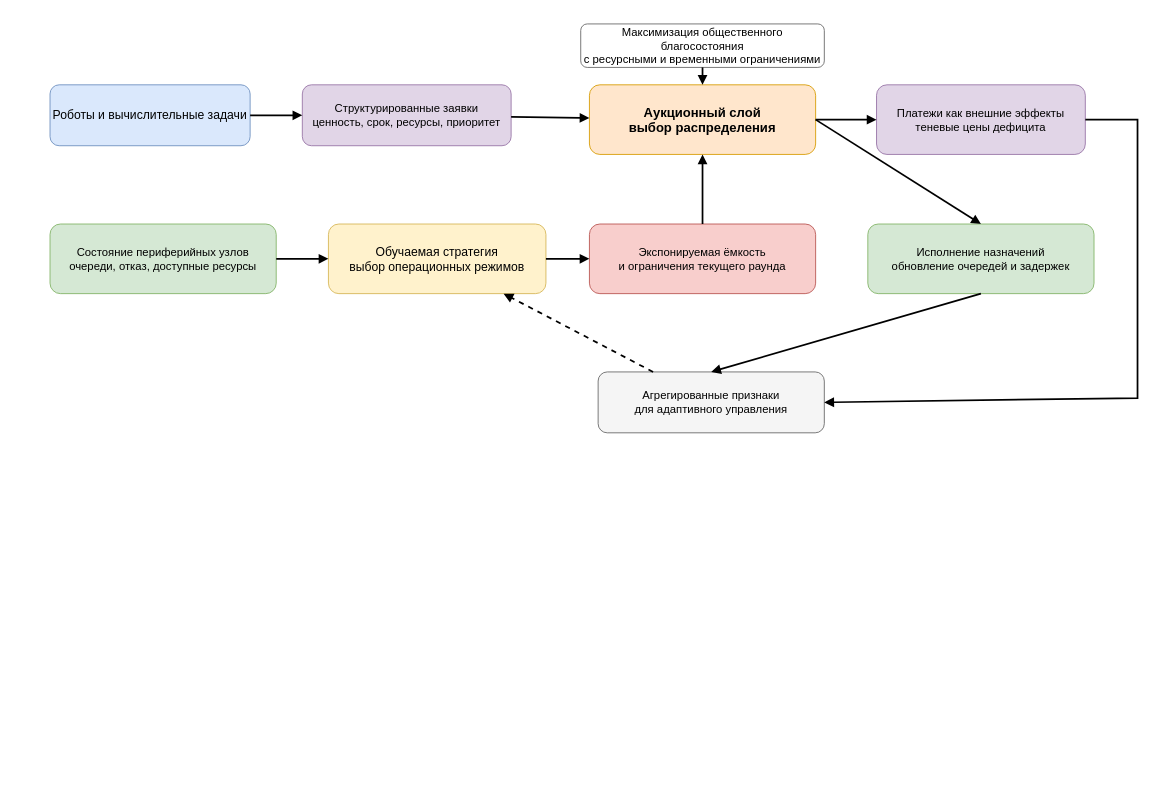
The draw.io diagram Dissertation/images/drawio/ch3_auction_layer.drawio in Dima12101/SPbU-Phd-LaTeX-Dissertation, before the edit. Source tidied: cells renumbered, new cells numbered last; positions are measured from the earlier drawing's top-left corner, leaving out a move shared by most shapes. Both pictures are drawn from the tidied source at 87%, with x=0, y=0 at pixel (50, 23).
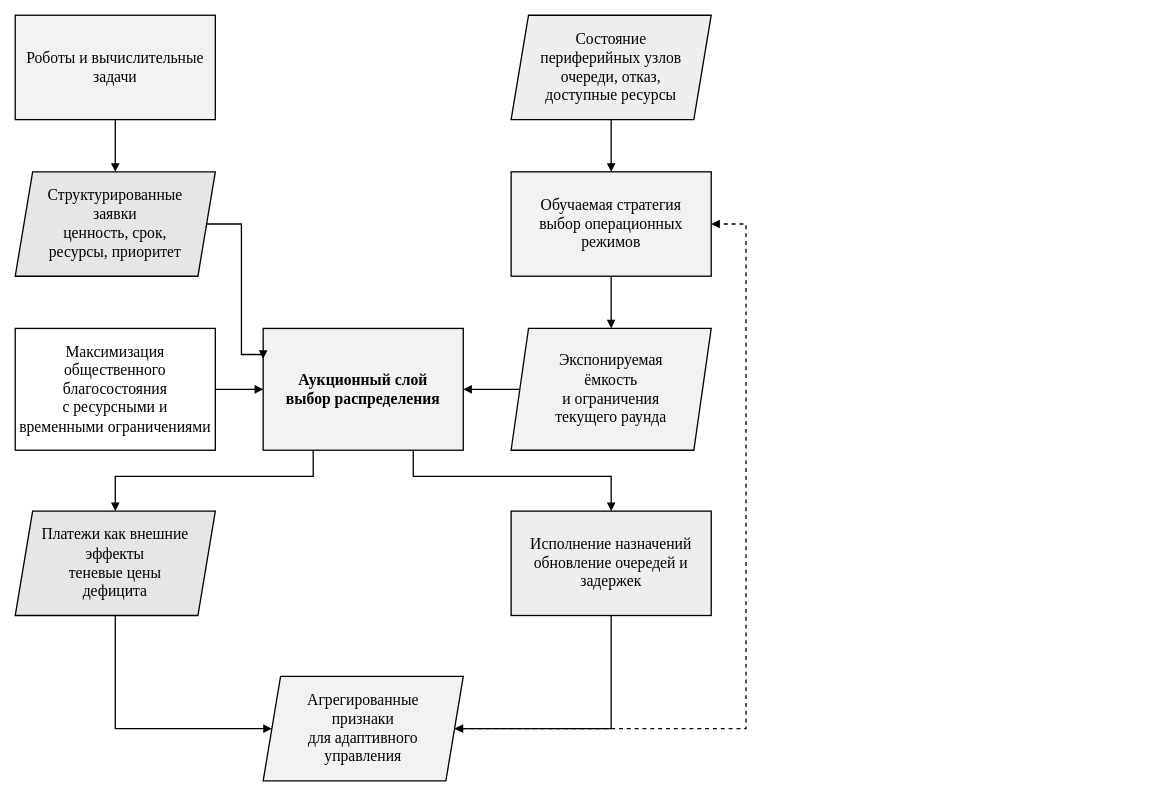
After the change.

What changed in the source:
```diff
@@
-<mxGraphModel>
+<mxGraphModel background="#ffffff">
@@
-    <mxCell id="2" value="Роботы и вычислительные задачи" style="rounded=1;whiteSpace=wrap;html=1;fillColor=#dae8fc;strokeColor=#6c8ebf;fontSize=14;" parent="1" vertex="1">
-      <mxGeometry y="70" width="230" height="70" as="geometry" />
+    <mxCell id="2" value="Роботы и вычислительные задачи" style="rounded=0;whiteSpace=wrap;html=1;fillColor=#f2f2f2;strokeColor=#000000;fontSize=18;fontColor=#000000;fontFamily=Times New Roman;shadow=0;gradientColor=none;glass=0;strokeWidth=1.5;spacing=6;" parent="1" vertex="1">
+      <mxGeometry x="-40" y="-10" width="230" height="120" as="geometry" />
     </mxCell>
-    <mxCell id="3" value="Структурированные заявки&lt;br&gt;ценность, срок, ресурсы, приоритет" style="rounded=1;whiteSpace=wrap;html=1;fillColor=#e1d5e7;strokeColor=#9673a6;fontSize=13;" parent="1" vertex="1">
-      <mxGeometry x="290" y="70" width="240" height="70" as="geometry" />
+    <mxCell id="3" value="Структурированные заявки&lt;br&gt;ценность, срок, ресурсы, приоритет" style="rounded=0;whiteSpace=wrap;html=1;fillColor=#e6e6e6;strokeColor=#000000;fontSize=18;fontColor=#000000;fontFamily=Times New Roman;shadow=0;gradientColor=none;glass=0;strokeWidth=1.5;spacing=6;shape=parallelogram;perimeter=parallelogramPerimeter;fixedSize=1;spacingLeft=24;spacingRight=24;" parent="1" vertex="1">
+      <mxGeometry x="-40" y="170" width="230" height="120" as="geometry" />
     </mxCell>
-    <mxCell id="4" value="Состояние периферийных узлов&lt;br&gt;очереди, отказ, доступные ресурсы" style="rounded=1;whiteSpace=wrap;html=1;fillColor=#d5e8d4;strokeColor=#82b366;fontSize=13;" parent="1" vertex="1">
-      <mxGeometry y="230" width="260" height="80" as="geometry" />
+    <mxCell id="4" value="Состояние периферийных узлов&lt;br&gt;очереди, отказ, доступные ресурсы" style="rounded=0;whiteSpace=wrap;html=1;fillColor=#eeeeee;strokeColor=#000000;fontSize=18;fontColor=#000000;fontFamily=Times New Roman;shadow=0;gradientColor=none;glass=0;strokeWidth=1.5;spacing=6;shape=parallelogram;perimeter=parallelogramPerimeter;fixedSize=1;spacingLeft=24;spacingRight=24;" parent="1" vertex="1">
+      <mxGeometry x="530" y="-10" width="230" height="120" as="geometry" />
     </mxCell>
-    <mxCell id="5" value="Обучаемая стратегия&lt;br&gt;выбор операционных режимов" style="rounded=1;whiteSpace=wrap;html=1;fillColor=#fff2cc;strokeColor=#d6b656;fontSize=14;" parent="1" vertex="1">
-      <mxGeometry x="320" y="230" width="250" height="80" as="geometry" />
+    <mxCell id="5" value="Обучаемая стратегия&lt;br&gt;выбор операционных режимов" style="rounded=0;whiteSpace=wrap;html=1;fillColor=#f2f2f2;strokeColor=#000000;fontSize=18;fontColor=#000000;fontFamily=Times New Roman;shadow=0;gradientColor=none;glass=0;strokeWidth=1.5;spacing=6;" parent="1" vertex="1">
+      <mxGeometry x="530" y="170" width="230" height="120" as="geometry" />
     </mxCell>
-    <mxCell id="6" value="Экспонируемая ёмкость&lt;br&gt;и ограничения текущего раунда" style="rounded=1;whiteSpace=wrap;html=1;fillColor=#f8cecc;strokeColor=#b85450;fontSize=13;" parent="1" vertex="1">
-      <mxGeometry x="620" y="230" width="260" height="80" as="geometry" />
+    <mxCell id="6" value="Экспонируемая ёмкость&lt;br&gt;и ограничения текущего раунда" style="rounded=0;whiteSpace=wrap;html=1;fillColor=#f2f2f2;strokeColor=#000000;fontSize=18;fontColor=#000000;fontFamily=Times New Roman;shadow=0;gradientColor=none;glass=0;strokeWidth=1.5;spacing=6;shape=parallelogram;perimeter=parallelogramPerimeter;fixedSize=1;spacingLeft=24;spacingRight=24;" parent="1" vertex="1">
+      <mxGeometry x="530" y="350" width="230" height="140" as="geometry" />
     </mxCell>
-    <mxCell id="7" value="Аукционный слой&lt;br&gt;выбор распределения" style="rounded=1;whiteSpace=wrap;html=1;fillColor=#ffe6cc;strokeColor=#d79b00;fontSize=15;fontStyle=1;" parent="1" vertex="1">
-      <mxGeometry x="620" y="70" width="260" height="80" as="geometry" />
+    <mxCell id="7" value="Аукционный слой&lt;br&gt;выбор распределения" style="rounded=0;whiteSpace=wrap;html=1;fillColor=#f2f2f2;strokeColor=#000000;fontSize=18;fontStyle=1;fontColor=#000000;fontFamily=Times New Roman;shadow=0;gradientColor=none;glass=0;strokeWidth=1.5;spacing=6;" parent="1" vertex="1">
+      <mxGeometry x="245" y="350" width="230" height="140" as="geometry" />
     </mxCell>
-    <mxCell id="8" value="Максимизация общественного благосостояния&lt;br&gt;с ресурсными и временными ограничениями" style="rounded=1;whiteSpace=wrap;html=1;fillColor=#ffffff;strokeColor=#666666;fontSize=13;" parent="1" vertex="1">
-      <mxGeometry x="610" width="280" height="50" as="geometry" />
+    <mxCell id="8" value="Максимизация общественного благосостояния&lt;br&gt;с ресурсными и временными ограничениями" style="rounded=0;whiteSpace=wrap;html=1;fillColor=#ffffff;strokeColor=#000000;fontSize=18;fontColor=#000000;fontFamily=Times New Roman;shadow=0;gradientColor=none;glass=0;strokeWidth=1.5;spacing=6;" parent="1" vertex="1">
+      <mxGeometry x="-40" y="350" width="230" height="140" as="geometry" />
     </mxCell>
-    <mxCell id="9" value="Платежи как внешние эффекты&lt;br&gt;теневые цены дефицита" style="rounded=1;whiteSpace=wrap;html=1;fillColor=#e1d5e7;strokeColor=#9673a6;fontSize=13;" parent="1" vertex="1">
-      <mxGeometry x="950" y="70" width="240" height="80" as="geometry" />
+    <mxCell id="9" value="Платежи как внешние эффекты&lt;br&gt;теневые цены дефицита" style="rounded=0;whiteSpace=wrap;html=1;fillColor=#e6e6e6;strokeColor=#000000;fontSize=18;fontColor=#000000;fontFamily=Times New Roman;shadow=0;gradientColor=none;glass=0;strokeWidth=1.5;spacing=6;shape=parallelogram;perimeter=parallelogramPerimeter;fixedSize=1;spacingLeft=24;spacingRight=24;" parent="1" vertex="1">
+      <mxGeometry x="-40" y="560" width="230" height="120" as="geometry" />
     </mxCell>
-    <mxCell id="10" value="Исполнение назначений&lt;br&gt;обновление очередей и задержек" style="rounded=1;whiteSpace=wrap;html=1;fillColor=#d5e8d4;strokeColor=#82b366;fontSize=13;" parent="1" vertex="1">
-      <mxGeometry x="940" y="230" width="260" height="80" as="geometry" />
+    <mxCell id="10" value="Исполнение назначений&lt;br&gt;обновление очередей и задержек" style="rounded=0;whiteSpace=wrap;html=1;fillColor=#eeeeee;strokeColor=#000000;fontSize=18;fontColor=#000000;fontFamily=Times New Roman;shadow=0;gradientColor=none;glass=0;strokeWidth=1.5;spacing=6;" parent="1" vertex="1">
+      <mxGeometry x="530" y="560" width="230" height="120" as="geometry" />
     </mxCell>
-    <mxCell id="11" value="Агрегированные признаки&lt;br&gt;для адаптивного управления" style="rounded=1;whiteSpace=wrap;html=1;fillColor=#f5f5f5;strokeColor=#666666;fontSize=13;" parent="1" vertex="1">
-      <mxGeometry x="630" y="400" width="260" height="70" as="geometry" />
+    <mxCell id="11" value="Агрегированные признаки&lt;br&gt;для адаптивного управления" style="rounded=0;whiteSpace=wrap;html=1;fillColor=#f2f2f2;strokeColor=#000000;fontSize=18;fontColor=#000000;fontFamily=Times New Roman;shadow=0;gradientColor=none;glass=0;strokeWidth=1.5;spacing=6;shape=parallelogram;perimeter=parallelogramPerimeter;fixedSize=1;spacingLeft=24;spacingRight=24;" parent="1" vertex="1">
+      <mxGeometry x="245" y="750" width="230" height="120" as="geometry" />
     </mxCell>
-    <mxCell id="12" style="endArrow=block;html=1;rounded=0;strokeWidth=2;" parent="1" edge="1" source="2" target="3">
+    <mxCell id="12" style="endArrow=block;html=1;rounded=0;strokeWidth=1.5;strokeColor=#000000;fontColor=#000000;fontFamily=Times New Roman;fontSize=16;labelBackgroundColor=#ffffff;shadow=0;edgeStyle=orthogonalEdgeStyle;jettySize=20;endFill=1;startArrow=none;exitX=0.5;exitY=1;entryX=0.5;entryY=0;" parent="1" edge="1" source="2" target="3">
       <mxGeometry relative="1" as="geometry" />
     </mxCell>
-    <mxCell id="13" style="endArrow=block;html=1;rounded=0;strokeWidth=2;" parent="1" edge="1" source="3" target="7">
-      <mxGeometry relative="1" as="geometry" />
+    <mxCell id="13" style="endArrow=block;html=1;rounded=0;strokeWidth=1.5;strokeColor=#000000;fontColor=#000000;fontFamily=Times New Roman;fontSize=16;labelBackgroundColor=#ffffff;shadow=0;edgeStyle=orthogonalEdgeStyle;jettySize=20;endFill=1;startArrow=none;exitX=1;exitY=0.5;entryX=0;entryY=0.25;" parent="1" edge="1" source="3" target="7">
+      <mxGeometry relative="1" as="geometry">
+        <Array as="points">
+          <mxPoint x="220" y="230" />
+          <mxPoint x="220" y="380" />
+        </Array>
+      </mxGeometry>
     </mxCell>
-    <mxCell id="14" style="endArrow=block;html=1;rounded=0;strokeWidth=2;" parent="1" edge="1" source="4" target="5">
+    <mxCell id="14" style="endArrow=block;html=1;rounded=0;strokeWidth=1.5;strokeColor=#000000;fontColor=#000000;fontFamily=Times New Roman;fontSize=16;labelBackgroundColor=#ffffff;shadow=0;edgeStyle=orthogonalEdgeStyle;jettySize=20;endFill=1;startArrow=none;exitX=0.5;exitY=1;entryX=0.5;entryY=0;" parent="1" edge="1" source="4" target="5">
       <mxGeometry relative="1" as="geometry" />
     </mxCell>
-    <mxCell id="15" style="endArrow=block;html=1;rounded=0;strokeWidth=2;" parent="1" edge="1" source="5" target="6">
+    <mxCell id="15" style="endArrow=block;html=1;rounded=0;strokeWidth=1.5;strokeColor=#000000;fontColor=#000000;fontFamily=Times New Roman;fontSize=16;labelBackgroundColor=#ffffff;shadow=0;edgeStyle=orthogonalEdgeStyle;jettySize=20;endFill=1;startArrow=none;exitX=0.5;exitY=1;entryX=0.5;entryY=0;" parent="1" edge="1" source="5" target="6">
       <mxGeometry relative="1" as="geometry" />
     </mxCell>
-    <mxCell id="16" style="endArrow=block;html=1;rounded=0;strokeWidth=2;" parent="1" edge="1" source="6" target="7">
+    <mxCell id="16" style="endArrow=block;html=1;rounded=0;strokeWidth=1.5;strokeColor=#000000;fontColor=#000000;fontFamily=Times New Roman;fontSize=16;labelBackgroundColor=#ffffff;shadow=0;edgeStyle=orthogonalEdgeStyle;jettySize=20;endFill=1;startArrow=none;exitX=0;exitY=0.5;entryX=1;entryY=0.5;" parent="1" edge="1" source="6" target="7">
       <mxGeometry relative="1" as="geometry" />
     </mxCell>
-    <mxCell id="17" style="endArrow=block;html=1;rounded=0;strokeWidth=2;" parent="1" edge="1" source="8" target="7">
+    <mxCell id="17" style="endArrow=block;html=1;rounded=0;strokeWidth=1.5;strokeColor=#000000;fontColor=#000000;fontFamily=Times New Roman;fontSize=16;labelBackgroundColor=#ffffff;shadow=0;edgeStyle=orthogonalEdgeStyle;jettySize=20;endFill=1;startArrow=none;exitX=1;exitY=0.5;entryX=0;entryY=0.5;" parent="1" edge="1" source="8" target="7">
       <mxGeometry relative="1" as="geometry" />
     </mxCell>
-    <mxCell id="18" style="endArrow=block;html=1;rounded=0;strokeWidth=2;" parent="1" edge="1" source="7" target="9">
-      <mxGeometry relative="1" as="geometry" />
+    <mxCell id="18" style="endArrow=block;html=1;rounded=0;strokeWidth=1.5;strokeColor=#000000;fontColor=#000000;fontFamily=Times New Roman;fontSize=16;labelBackgroundColor=#ffffff;shadow=0;edgeStyle=orthogonalEdgeStyle;jettySize=20;endFill=1;startArrow=none;exitX=0.25;exitY=1;entryX=0.5;entryY=0;" parent="1" edge="1" source="7" target="9">
+      <mxGeometry relative="1" as="geometry">
+        <Array as="points">
+          <mxPoint x="75" y="520" />
+        </Array>
+      </mxGeometry>
     </mxCell>
-    <mxCell id="19" style="endArrow=block;html=1;rounded=0;strokeWidth=2;entryX=0.5;entryY=0;entryDx=0;entryDy=0;exitX=1;exitY=0.5;exitDx=0;exitDy=0;" parent="1" edge="1" source="7" target="10">
-      <mxGeometry relative="1" as="geometry" />
+    <mxCell id="19" style="endArrow=block;html=1;rounded=0;strokeWidth=1.5;strokeColor=#000000;fontColor=#000000;fontFamily=Times New Roman;fontSize=16;labelBackgroundColor=#ffffff;shadow=0;edgeStyle=orthogonalEdgeStyle;jettySize=20;endFill=1;startArrow=none;exitX=0.75;exitY=1;entryX=0.5;entryY=0;" parent="1" edge="1" source="7" target="10">
+      <mxGeometry relative="1" as="geometry">
+        <Array as="points">
+          <mxPoint x="645" y="520" />
+        </Array>
+      </mxGeometry>
     </mxCell>
-    <mxCell id="20" style="endArrow=block;html=1;rounded=0;strokeWidth=2;exitX=1;exitY=0.5;exitDx=0;exitDy=0;entryX=1;entryY=0.5;entryDx=0;entryDy=0;" parent="1" edge="1" source="9" target="11">
+    <mxCell id="20" style="endArrow=block;html=1;rounded=0;strokeWidth=1.5;strokeColor=#000000;fontColor=#000000;fontFamily=Times New Roman;fontSize=16;labelBackgroundColor=#ffffff;shadow=0;edgeStyle=orthogonalEdgeStyle;jettySize=20;endFill=1;startArrow=none;exitX=0.5;exitY=1;entryX=0;entryY=0.5;" parent="1" edge="1" source="9" target="11">
       <mxGeometry relative="1" as="geometry">
         <Array as="points">
-          <mxPoint x="1250" y="110" />
-          <mxPoint x="1250" y="430" />
+          <mxPoint x="75" y="810" />
         </Array>
       </mxGeometry>
     </mxCell>
-    <mxCell id="21" style="endArrow=block;html=1;rounded=0;strokeWidth=2;entryX=0.5;entryY=0;entryDx=0;entryDy=0;exitX=0.5;exitY=1;exitDx=0;exitDy=0;" parent="1" edge="1" source="10" target="11">
-      <mxGeometry relative="1" as="geometry" />
+    <mxCell id="21" style="endArrow=block;html=1;rounded=0;strokeWidth=1.5;strokeColor=#000000;fontColor=#000000;fontFamily=Times New Roman;fontSize=16;labelBackgroundColor=#ffffff;shadow=0;edgeStyle=orthogonalEdgeStyle;jettySize=20;endFill=1;startArrow=none;exitX=0.5;exitY=1;entryX=1;entryY=0.5;" parent="1" edge="1" source="10" target="11">
+      <mxGeometry relative="1" as="geometry">
+        <Array as="points">
+          <mxPoint x="645" y="810" />
+        </Array>
+      </mxGeometry>
     </mxCell>
-    <mxCell id="22" style="endArrow=block;html=1;rounded=0;strokeWidth=2;dashed=1;" parent="1" edge="1" source="11" target="5">
-      <mxGeometry relative="1" as="geometry" />
+    <mxCell id="22" style="endArrow=block;html=1;rounded=0;strokeWidth=1.5;dashed=1;strokeColor=#000000;fontColor=#000000;fontFamily=Times New Roman;fontSize=16;labelBackgroundColor=#ffffff;shadow=0;edgeStyle=orthogonalEdgeStyle;jettySize=20;endFill=1;startArrow=none;exitX=1;exitY=0.5;entryX=1;entryY=0.5;" parent="1" edge="1" source="11" target="5">
+      <mxGeometry relative="1" as="geometry">
+        <Array as="points">
+          <mxPoint x="800" y="810" />
+          <mxPoint x="800" y="230" />
+        </Array>
+      </mxGeometry>
     </mxCell>
```
